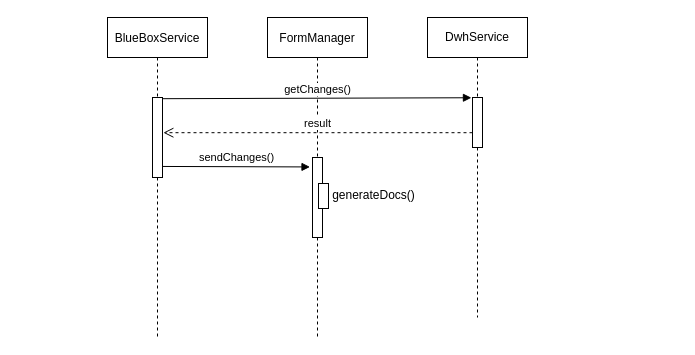
stargazer74/diagramme keeps this draw.io diagram as document_creation_sequence_condition.drawio. Above is the earlier version. Source tidied: cells renumbered, new cells numbered last; positions are measured from the earlier drawing's top-left corner, leaving out a move shared by most shapes. Both pictures are drawn from the tidied source at 100%, with x=0, y=0 at pixel (107, 17).
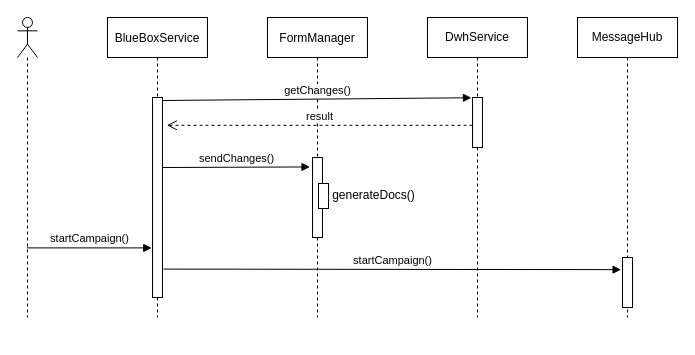
The same diagram, later.

Diff of the diagram source:
```diff
@@
 <mxGraphModel>
   <root>
     <mxCell id="0" />
     <mxCell id="1" parent="0" />
     <mxCell id="2" value="FormManager" style="shape=umlLifeline;perimeter=lifelinePerimeter;rounded=0;shadow=0;strokeWidth=1;" parent="1" vertex="1">
-      <mxGeometry x="160" width="100" height="320" as="geometry" />
+      <mxGeometry x="160" width="100" height="300" as="geometry" />
     </mxCell>
     <mxCell id="3" style="html=1;points=[];perimeter=orthogonalPerimeter;" parent="2" vertex="1">
       <mxGeometry x="45" y="140" width="10" height="80" as="geometry" />
     </mxCell>
     <mxCell id="4" style="html=1;perimeter=orthogonalPerimeter;align=left;" parent="2" vertex="1">
       <mxGeometry x="51" y="166" width="10" height="25" as="geometry" />
     </mxCell>
     <mxCell id="5" value="BlueBoxService" style="shape=umlLifeline;perimeter=lifelinePerimeter;rounded=0;shadow=0;strokeWidth=1;" parent="1" vertex="1">
-      <mxGeometry width="100" height="320" as="geometry" />
+      <mxGeometry width="100" height="300" as="geometry" />
     </mxCell>
     <mxCell id="6" style="html=1;points=[];perimeter=orthogonalPerimeter;" parent="5" vertex="1">
-      <mxGeometry x="45" y="80" width="10" height="80" as="geometry" />
+      <mxGeometry x="45" y="80" width="10" height="200" as="geometry" />
     </mxCell>
     <mxCell id="7" value="DwhService" style="shape=umlLifeline;perimeter=lifelinePerimeter;whiteSpace=wrap;html=1;" parent="1" vertex="1">
       <mxGeometry x="320" width="100" height="300" as="geometry" />
     </mxCell>
     <mxCell id="8" style="points=[];perimeter=orthogonalPerimeter;rounded=0;shadow=0;strokeWidth=1;" parent="7" vertex="1">
       <mxGeometry x="45" y="80" width="10" height="50" as="geometry" />
     </mxCell>
     <mxCell id="9" value="getChanges()" style="html=1;verticalAlign=bottom;endArrow=block;rounded=0;exitX=0.96;exitY=0.015;exitDx=0;exitDy=0;exitPerimeter=0;entryX=-0.105;entryY=0.005;entryDx=0;entryDy=0;entryPerimeter=0;" parent="1" edge="1" source="6" target="8">
       <mxGeometry relative="1" as="geometry" />
     </mxCell>
-    <mxCell id="10" value="result" style="html=1;verticalAlign=bottom;endArrow=open;dashed=1;endSize=8;rounded=0;entryX=1.086;entryY=0.44;entryDx=0;entryDy=0;entryPerimeter=0;" parent="1" edge="1" source="8" target="6">
+    <mxCell id="10" value="result" style="html=1;verticalAlign=bottom;endArrow=open;dashed=1;endSize=8;rounded=0;entryX=1.434;entryY=0.139;entryDx=0;entryDy=0;entryPerimeter=0;" parent="1" edge="1" source="8" target="6">
       <mxGeometry relative="1" as="geometry" />
     </mxCell>
-    <mxCell id="11" value="sendChanges()" style="html=1;verticalAlign=bottom;endArrow=block;rounded=0;exitX=0.99;exitY=0.862;exitDx=0;exitDy=0;exitPerimeter=0;entryX=-0.248;entryY=0.118;entryDx=0;entryDy=0;entryPerimeter=0;" parent="1" edge="1" source="6" target="3">
+    <mxCell id="11" value="sendChanges()" style="html=1;verticalAlign=bottom;endArrow=block;rounded=0;exitX=0.99;exitY=0.35;exitDx=0;exitDy=0;exitPerimeter=0;entryX=-0.248;entryY=0.118;entryDx=0;entryDy=0;entryPerimeter=0;" parent="1" edge="1" source="6" target="3">
       <mxGeometry relative="1" as="geometry" />
     </mxCell>
     <mxCell id="12" value="generateDocs()" style="text;html=1;strokeColor=none;fillColor=none;align=center;verticalAlign=middle;whiteSpace=wrap;overflow=hidden;" parent="1" vertex="1">
       <mxGeometry x="223" y="168" width="87" height="20" as="geometry" />
     </mxCell>
+    <mxCell id="13" style="shape=umlLifeline;participant=umlActor;perimeter=lifelinePerimeter;whiteSpace=wrap;html=1;verticalAlign=top;spacingTop=36;outlineConnect=0;" parent="1" vertex="1">
+      <mxGeometry x="-90" width="20" height="300" as="geometry" />
+    </mxCell>
+    <mxCell id="14" value="MessageHub" style="shape=umlLifeline;perimeter=lifelinePerimeter;whiteSpace=wrap;html=1;" parent="1" vertex="1">
+      <mxGeometry x="470" width="100" height="300" as="geometry" />
+    </mxCell>
+    <mxCell id="15" style="html=1;points=[];perimeter=orthogonalPerimeter;" parent="14" vertex="1">
+      <mxGeometry x="45" y="240" width="10" height="50" as="geometry" />
+    </mxCell>
+    <mxCell id="16" value="startCampaign()" style="html=1;verticalAlign=bottom;endArrow=block;rounded=0;entryX=-0.08;entryY=0.752;entryDx=0;entryDy=0;entryPerimeter=0;" parent="1" edge="1" source="13" target="6">
+      <mxGeometry relative="1" as="geometry" />
+    </mxCell>
+    <mxCell id="17" value="startCampaign()" style="html=1;verticalAlign=bottom;endArrow=block;rounded=0;exitX=1.086;exitY=0.858;exitDx=0;exitDy=0;exitPerimeter=0;entryX=-0.143;entryY=0.243;entryDx=0;entryDy=0;entryPerimeter=0;" parent="1" edge="1" source="6" target="15">
+      <mxGeometry relative="1" as="geometry" />
+    </mxCell>
   </root>
 </mxGraphModel>
```
